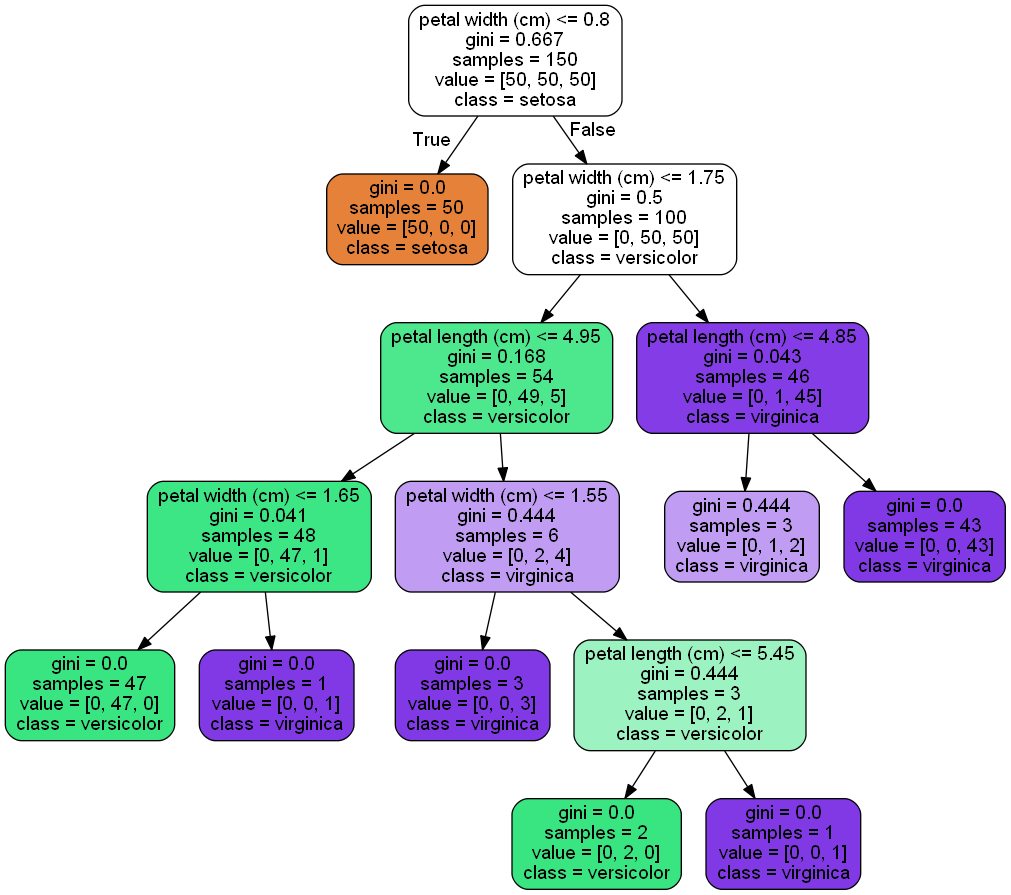
Earlier version of the Graphviz export images/decision_trees/iris_tree.png (slykid/Python3). Its source is kept beside it as images/decision_trees/iris_tree.dot.
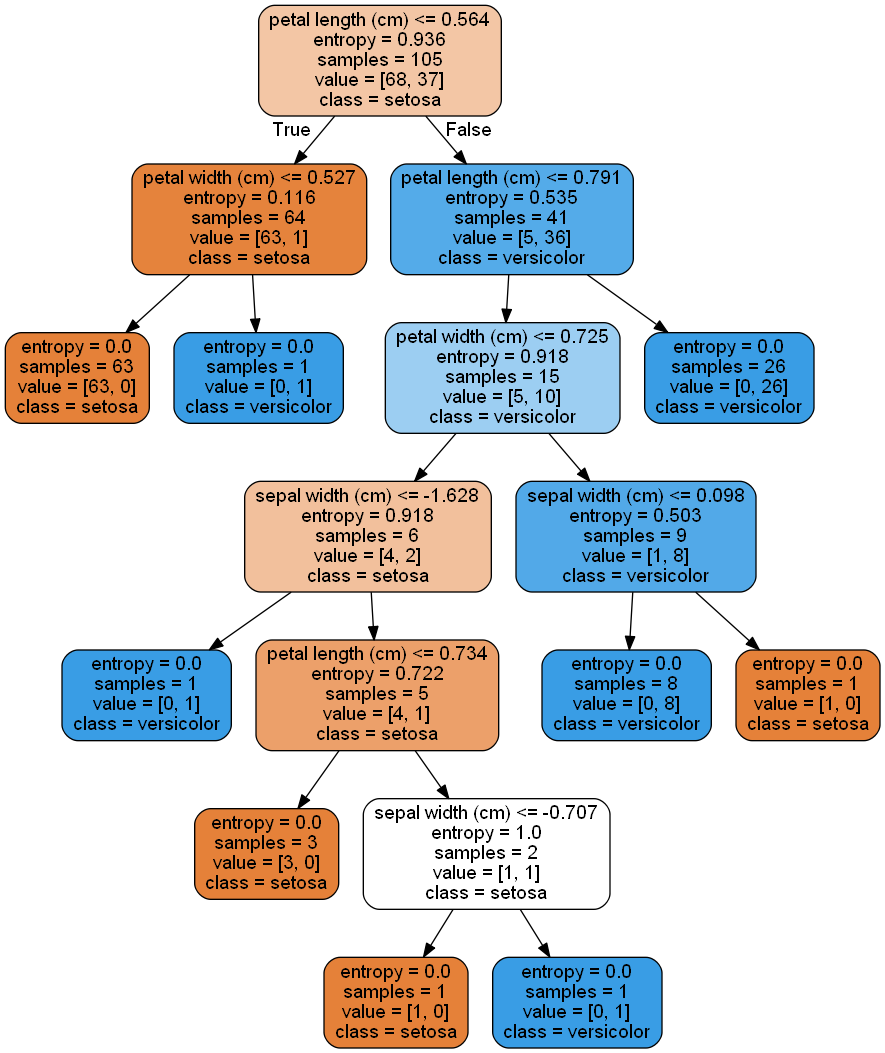
Later version of the same file.

What changed in the source:
```diff
@@ -1,33 +1,37 @@
 digraph Tree {
 node [shape=box, style="filled, rounded", color="black", fontname=helvetica] ;
 edge [fontname=helvetica] ;
-0 [label="petal width (cm) <= 0.8\ngini = 0.667\nsamples = 150\nvalue = [50, 50, 50]\nclass = setosa", fillcolor="#ffffff"] ;
-1 [label="gini = 0.0\nsamples = 50\nvalue = [50, 0, 0]\nclass = setosa", fillcolor="#e58139"] ;
+0 [label="petal length (cm) <= 0.564\nentropy = 0.936\nsamples = 105\nvalue = [68, 37]\nclass = setosa", fillcolor="#f3c6a5"] ;
+1 [label="petal width (cm) <= 0.527\nentropy = 0.116\nsamples = 64\nvalue = [63, 1]\nclass = setosa", fillcolor="#e5833c"] ;
 0 -> 1 [labeldistance=2.5, labelangle=45, headlabel="True"] ;
-2 [label="petal width (cm) <= 1.75\ngini = 0.5\nsamples = 100\nvalue = [0, 50, 50]\nclass = versicolor", fillcolor="#ffffff"] ;
-0 -> 2 [labeldistance=2.5, labelangle=-45, headlabel="False"] ;
-3 [label="petal length (cm) <= 4.95\ngini = 0.168\nsamples = 54\nvalue = [0, 49, 5]\nclass = versicolor", fillcolor="#4de88e"] ;
-2 -> 3 ;
-4 [label="petal width (cm) <= 1.65\ngini = 0.041\nsamples = 48\nvalue = [0, 47, 1]\nclass = versicolor", fillcolor="#3de684"] ;
-3 -> 4 ;
-5 [label="gini = 0.0\nsamples = 47\nvalue = [0, 47, 0]\nclass = versicolor", fillcolor="#39e581"] ;
+2 [label="entropy = 0.0\nsamples = 63\nvalue = [63, 0]\nclass = setosa", fillcolor="#e58139"] ;
+1 -> 2 ;
+3 [label="entropy = 0.0\nsamples = 1\nvalue = [0, 1]\nclass = versicolor", fillcolor="#399de5"] ;
+1 -> 3 ;
+4 [label="petal length (cm) <= 0.791\nentropy = 0.535\nsamples = 41\nvalue = [5, 36]\nclass = versicolor", fillcolor="#54abe9"] ;
+0 -> 4 [labeldistance=2.5, labelangle=-45, headlabel="False"] ;
+5 [label="petal width (cm) <= 0.725\nentropy = 0.918\nsamples = 15\nvalue = [5, 10]\nclass = versicolor", fillcolor="#9ccef2"] ;
 4 -> 5 ;
-6 [label="gini = 0.0\nsamples = 1\nvalue = [0, 0, 1]\nclass = virginica", fillcolor="#8139e5"] ;
-4 -> 6 ;
-7 [label="petal width (cm) <= 1.55\ngini = 0.444\nsamples = 6\nvalue = [0, 2, 4]\nclass = virginica", fillcolor="#c09cf2"] ;
-3 -> 7 ;
-8 [label="gini = 0.0\nsamples = 3\nvalue = [0, 0, 3]\nclass = virginica", fillcolor="#8139e5"] ;
-7 -> 8 ;
-9 [label="petal length (cm) <= 5.45\ngini = 0.444\nsamples = 3\nvalue = [0, 2, 1]\nclass = versicolor", fillcolor="#9cf2c0"] ;
-7 -> 9 ;
-10 [label="gini = 0.0\nsamples = 2\nvalue = [0, 2, 0]\nclass = versicolor", fillcolor="#39e581"] ;
-9 -> 10 ;
-11 [label="gini = 0.0\nsamples = 1\nvalue = [0, 0, 1]\nclass = virginica", fillcolor="#8139e5"] ;
-9 -> 11 ;
-12 [label="petal length (cm) <= 4.85\ngini = 0.043\nsamples = 46\nvalue = [0, 1, 45]\nclass = virginica", fillcolor="#843de6"] ;
-2 -> 12 ;
-13 [label="gini = 0.444\nsamples = 3\nvalue = [0, 1, 2]\nclass = virginica", fillcolor="#c09cf2"] ;
-12 -> 13 ;
-14 [label="gini = 0.0\nsamples = 43\nvalue = [0, 0, 43]\nclass = virginica", fillcolor="#8139e5"] ;
-12 -> 14 ;
+6 [label="sepal width (cm) <= -1.628\nentropy = 0.918\nsamples = 6\nvalue = [4, 2]\nclass = setosa", fillcolor="#f2c09c"] ;
+5 -> 6 ;
+7 [label="entropy = 0.0\nsamples = 1\nvalue = [0, 1]\nclass = versicolor", fillcolor="#399de5"] ;
+6 -> 7 ;
+8 [label="petal length (cm) <= 0.734\nentropy = 0.722\nsamples = 5\nvalue = [4, 1]\nclass = setosa", fillcolor="#eca06a"] ;
+6 -> 8 ;
+9 [label="entropy = 0.0\nsamples = 3\nvalue = [3, 0]\nclass = setosa", fillcolor="#e58139"] ;
+8 -> 9 ;
+10 [label="sepal width (cm) <= -0.707\nentropy = 1.0\nsamples = 2\nvalue = [1, 1]\nclass = setosa", fillcolor="#ffffff"] ;
+8 -> 10 ;
+11 [label="entropy = 0.0\nsamples = 1\nvalue = [1, 0]\nclass = setosa", fillcolor="#e58139"] ;
+10 -> 11 ;
+12 [label="entropy = 0.0\nsamples = 1\nvalue = [0, 1]\nclass = versicolor", fillcolor="#399de5"] ;
+10 -> 12 ;
+13 [label="sepal width (cm) <= 0.098\nentropy = 0.503\nsamples = 9\nvalue = [1, 8]\nclass = versicolor", fillcolor="#52a9e8"] ;
+5 -> 13 ;
+14 [label="entropy = 0.0\nsamples = 8\nvalue = [0, 8]\nclass = versicolor", fillcolor="#399de5"] ;
+13 -> 14 ;
+15 [label="entropy = 0.0\nsamples = 1\nvalue = [1, 0]\nclass = setosa", fillcolor="#e58139"] ;
+13 -> 15 ;
+16 [label="entropy = 0.0\nsamples = 26\nvalue = [0, 26]\nclass = versicolor", fillcolor="#399de5"] ;
+4 -> 16 ;
 }
```
